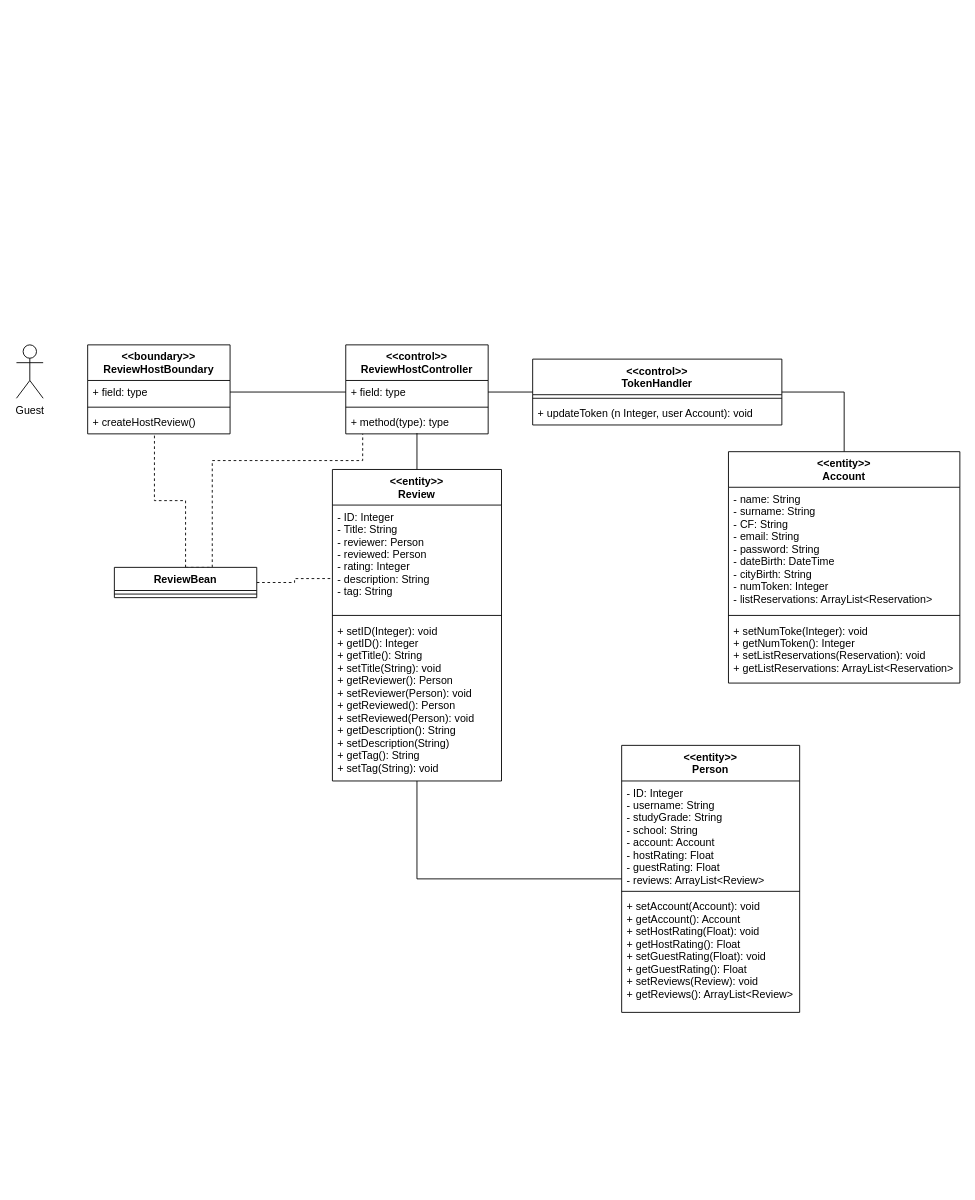
nic-agos/DoveStudi keeps this draw.io diagram as Deliverables/VoPC/VoPC ReviewHost Lite.drawio. Above is the earlier version. Source tidied: cells renumbered, new cells numbered last; positions are measured from the earlier drawing's top-left corner, leaving out a move shared by most shapes. Both pictures are drawn from the tidied source at 89%, with x=0, y=0 at pixel (16, 344).
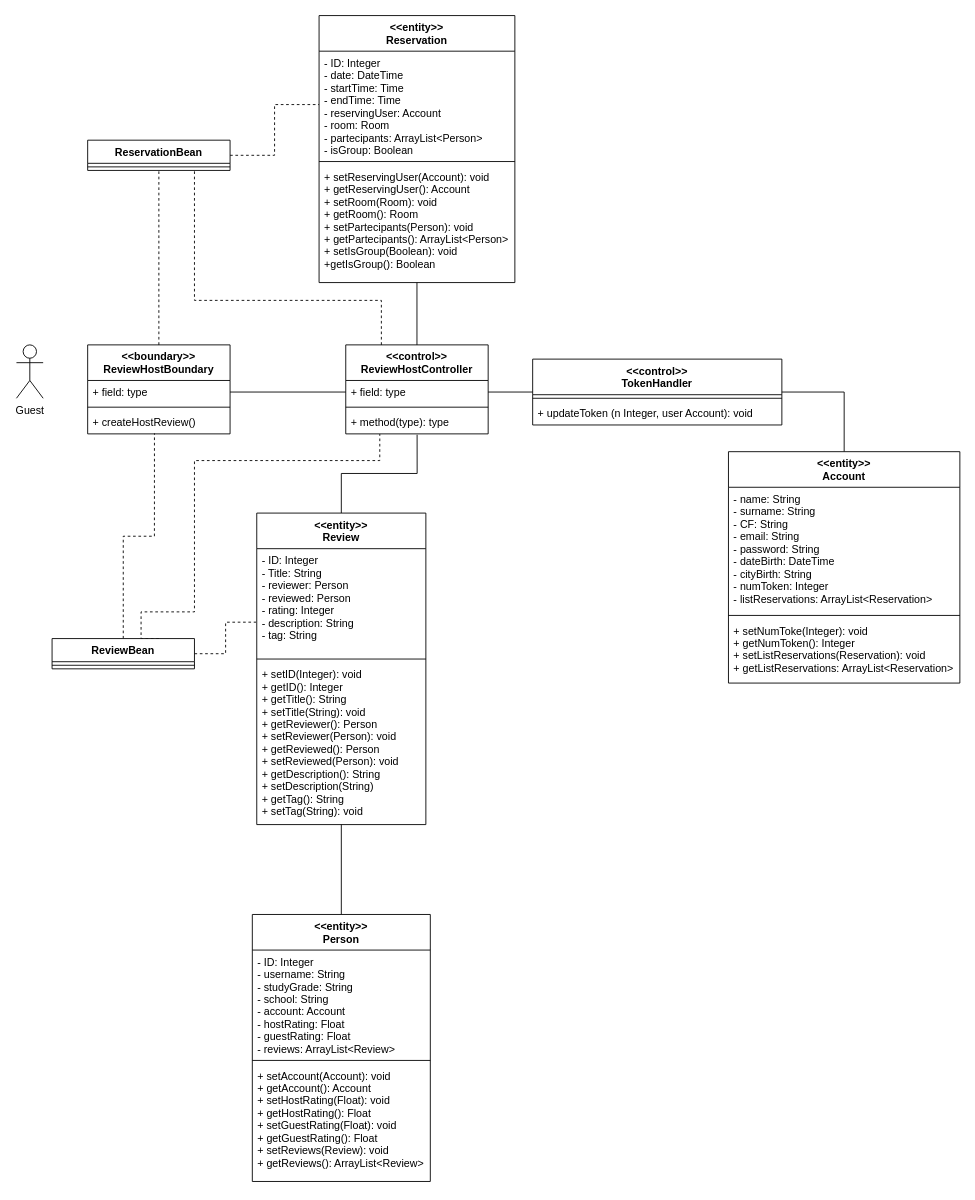
Above is the later version.

Commit message:
added reservation entity and bean

Unchanged cells that the change refers to:
```xml
<mxCell id="8" value="&lt;&lt;boundary&gt;&gt;&#10;ReviewHostBoundary" style="swimlane;fontStyle=1;align=center;verticalAlign=top;horizontal=1;startSize=40;" parent="1" vertex="1">
  <mxGeometry x="80" width="160" height="100" as="geometry" />
</mxCell>
<mxCell id="12" value="&lt;&lt;control&gt;&gt;&#10;ReviewHostController" style="swimlane;fontStyle=1;align=center;verticalAlign=top;horizontal=1;startSize=40;" parent="1" vertex="1">
  <mxGeometry x="370" width="160" height="100" as="geometry" />
</mxCell>
<mxCell id="15" value="+ method(type): type" style="text;strokeColor=none;fillColor=none;align=left;verticalAlign=top;spacingLeft=4;spacingRight=4;overflow=hidden;points=[[0,0.5],[1,0.5]];portConstraint=eastwest;" parent="12" vertex="1">
  <mxGeometry y="74" width="160" height="26" as="geometry" />
</mxCell>
```

Change to the diagram source:
```diff
@@
-    <mxCell id="2" style="edgeStyle=orthogonalEdgeStyle;rounded=0;jettySize=auto;html=1;exitX=0.5;exitY=0;exitDx=0;exitDy=0;entryX=0.119;entryY=1;entryDx=0;entryDy=0;entryPerimeter=0;dashed=1;endArrow=none;endFill=0;" parent="1" edge="1" source="5" target="15">
-      <mxGeometry relative="1" as="geometry">
-        <Array as="points">
-          <mxPoint x="220" y="130" />
-          <mxPoint x="389" y="130" />
-        </Array>
-      </mxGeometry>
-    </mxCell>
@@
+    <mxCell id="2" style="edgeStyle=orthogonalEdgeStyle;rounded=0;jettySize=auto;html=1;exitX=0.75;exitY=0;exitDx=0;exitDy=0;entryX=0.239;entryY=1.008;entryDx=0;entryDy=0;entryPerimeter=0;endArrow=none;endFill=0;dashed=1;" parent="1" edge="1" source="5" target="15">
+      <mxGeometry relative="1" as="geometry">
+        <Array as="points">
+          <mxPoint x="140" y="300" />
+          <mxPoint x="200" y="300" />
+          <mxPoint x="200" y="130" />
+          <mxPoint x="408" y="130" />
+        </Array>
+      </mxGeometry>
+    </mxCell>
     <mxCell id="5" value="ReviewBean" style="swimlane;fontStyle=1;align=center;verticalAlign=top;horizontal=1;startSize=26;" parent="1" vertex="1">
-      <mxGeometry x="110" y="250" width="160" height="34" as="geometry" />
+      <mxGeometry x="40" y="330" width="160" height="34" as="geometry" />
     </mxCell>
@@
+    <mxCell id="36" style="edgeStyle=orthogonalEdgeStyle;rounded=0;jettySize=auto;html=1;entryX=0.5;entryY=1;entryDx=0;entryDy=0;endArrow=none;endFill=0;dashed=1;" parent="1" edge="1" source="8" target="40">
+      <mxGeometry relative="1" as="geometry" />
+    </mxCell>
@@
+    <mxCell id="37" style="edgeStyle=orthogonalEdgeStyle;rounded=0;jettySize=auto;html=1;entryX=0.5;entryY=1;entryDx=0;entryDy=0;endArrow=none;endFill=0;" parent="1" edge="1" source="12" target="42">
+      <mxGeometry relative="1" as="geometry" />
+    </mxCell>
+    <mxCell id="38" style="edgeStyle=orthogonalEdgeStyle;rounded=0;jettySize=auto;html=1;exitX=0.25;exitY=0;exitDx=0;exitDy=0;entryX=0.75;entryY=1;entryDx=0;entryDy=0;dashed=1;endArrow=none;endFill=0;" parent="1" edge="1" source="12" target="40">
+      <mxGeometry relative="1" as="geometry">
+        <Array as="points">
+          <mxPoint x="410" y="-50" />
+          <mxPoint x="200" y="-50" />
+        </Array>
+      </mxGeometry>
+    </mxCell>
@@
-    <mxCell id="17" style="edgeStyle=orthogonalEdgeStyle;rounded=0;jettySize=auto;html=1;entryX=0.5;entryY=0.968;entryDx=0;entryDy=0;entryPerimeter=0;endArrow=none;endFill=0;" parent="1" edge="1" source="18" target="15">
+    <mxCell id="17" style="edgeStyle=orthogonalEdgeStyle;rounded=0;jettySize=auto;html=1;endArrow=none;endFill=0;entryX=0.501;entryY=1.038;entryDx=0;entryDy=0;entryPerimeter=0;" parent="1" edge="1" source="18" target="15">
       <mxGeometry relative="1" as="geometry" />
     </mxCell>
     <mxCell id="18" value="&lt;&lt;entity&gt;&gt;&#10;Review" style="swimlane;fontStyle=1;align=center;verticalAlign=top;horizontal=1;startSize=40;" parent="1" vertex="1">
-      <mxGeometry x="355" y="140" width="190" height="350" as="geometry" />
+      <mxGeometry x="270" y="189" width="190" height="350" as="geometry" />
     </mxCell>
@@
     <mxCell id="31" value="&lt;&lt;entity&gt;&gt;&#10;Person" style="swimlane;fontStyle=1;align=center;verticalAlign=top;horizontal=1;startSize=40;" parent="1" vertex="1">
-      <mxGeometry x="680" y="450" width="200" height="300" as="geometry" />
+      <mxGeometry x="265" y="640" width="200" height="300" as="geometry" />
     </mxCell>
@@
+    <mxCell id="39" style="edgeStyle=orthogonalEdgeStyle;rounded=0;jettySize=auto;html=1;exitX=1;exitY=0.5;exitDx=0;exitDy=0;dashed=1;endArrow=none;endFill=0;" parent="1" edge="1" source="40" target="43">
+      <mxGeometry relative="1" as="geometry" />
+    </mxCell>
+    <mxCell id="40" value="ReservationBean" style="swimlane;fontStyle=1;align=center;verticalAlign=top;horizontal=1;startSize=26;" parent="1" vertex="1">
+      <mxGeometry x="80" y="-230" width="160" height="34" as="geometry" />
+    </mxCell>
+    <mxCell id="41" style="line;strokeWidth=1;fillColor=none;align=left;verticalAlign=middle;spacingTop=-1;spacingLeft=3;spacingRight=3;labelPosition=right;" parent="40" vertex="1">
+      <mxGeometry y="26" width="160" height="8" as="geometry" />
+    </mxCell>
+    <mxCell id="42" value="&lt;&lt;entity&gt;&gt;&#10;Reservation" style="swimlane;fontStyle=1;align=center;verticalAlign=top;horizontal=1;startSize=40;" parent="1" vertex="1">
+      <mxGeometry x="340" y="-370" width="220" height="300" as="geometry" />
+    </mxCell>
+    <mxCell id="43" value="- ID: Integer&#10;- date: DateTime&#10;- startTime: Time&#10;- endTime: Time&#10;- reservingUser: Account&#10;- room: Room&#10;- partecipants: ArrayList&lt;Person&gt;&#10;- isGroup: Boolean" style="text;strokeColor=none;fillColor=none;align=left;verticalAlign=top;spacingLeft=4;spacingRight=4;overflow=hidden;points=[[0,0.5],[1,0.5]];portConstraint=eastwest;" parent="42" vertex="1">
+      <mxGeometry y="40" width="220" height="120" as="geometry" />
+    </mxCell>
+    <mxCell id="44" style="line;strokeWidth=1;fillColor=none;align=left;verticalAlign=middle;spacingTop=-1;spacingLeft=3;spacingRight=3;labelPosition=right;" parent="42" vertex="1">
+      <mxGeometry y="160" width="220" height="8" as="geometry" />
+    </mxCell>
+    <mxCell id="45" value="+ setReservingUser(Account): void&#10;+ getReservingUser(): Account&#10;+ setRoom(Room): void&#10;+ getRoom(): Room&#10;+ setPartecipants(Person): void&#10;+ getPartecipants(): ArrayList&lt;Person&gt;&#10;+ setIsGroup(Boolean): void&#10;+getIsGroup(): Boolean" style="text;strokeColor=none;fillColor=none;align=left;verticalAlign=top;spacingLeft=4;spacingRight=4;overflow=hidden;" parent="42" vertex="1">
+      <mxGeometry y="168" width="220" height="132" as="geometry" />
+    </mxCell>
```
